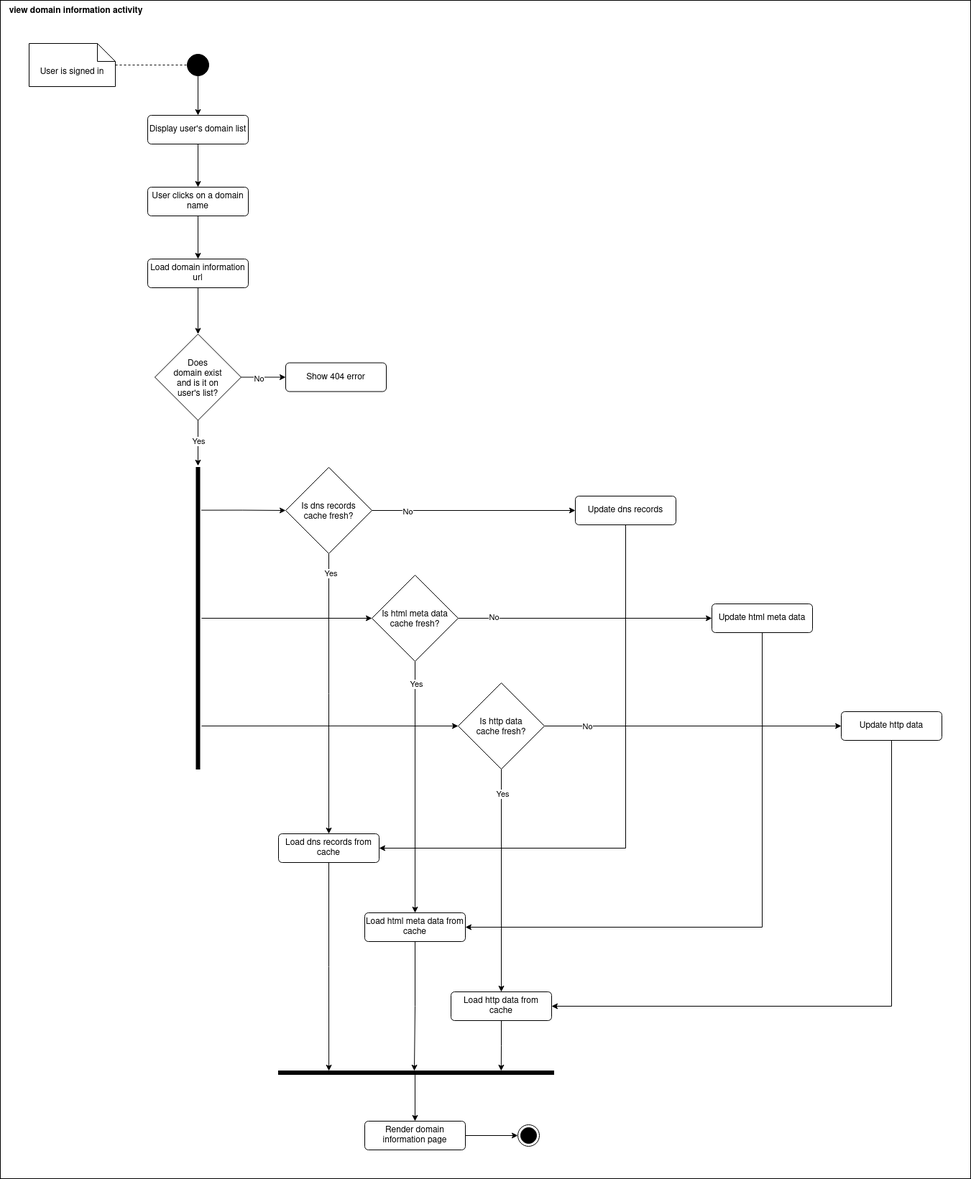
This is docs/uml/activity/dniwa-view-domain-information-activity.png from benjaminbolgrin/dniwa, a draw.io export, as it was before one commit. Source tidied: cells renumbered, new cells last; positions are measured from the earlier drawing's top-left corner, leaving out a move shared by most shapes.
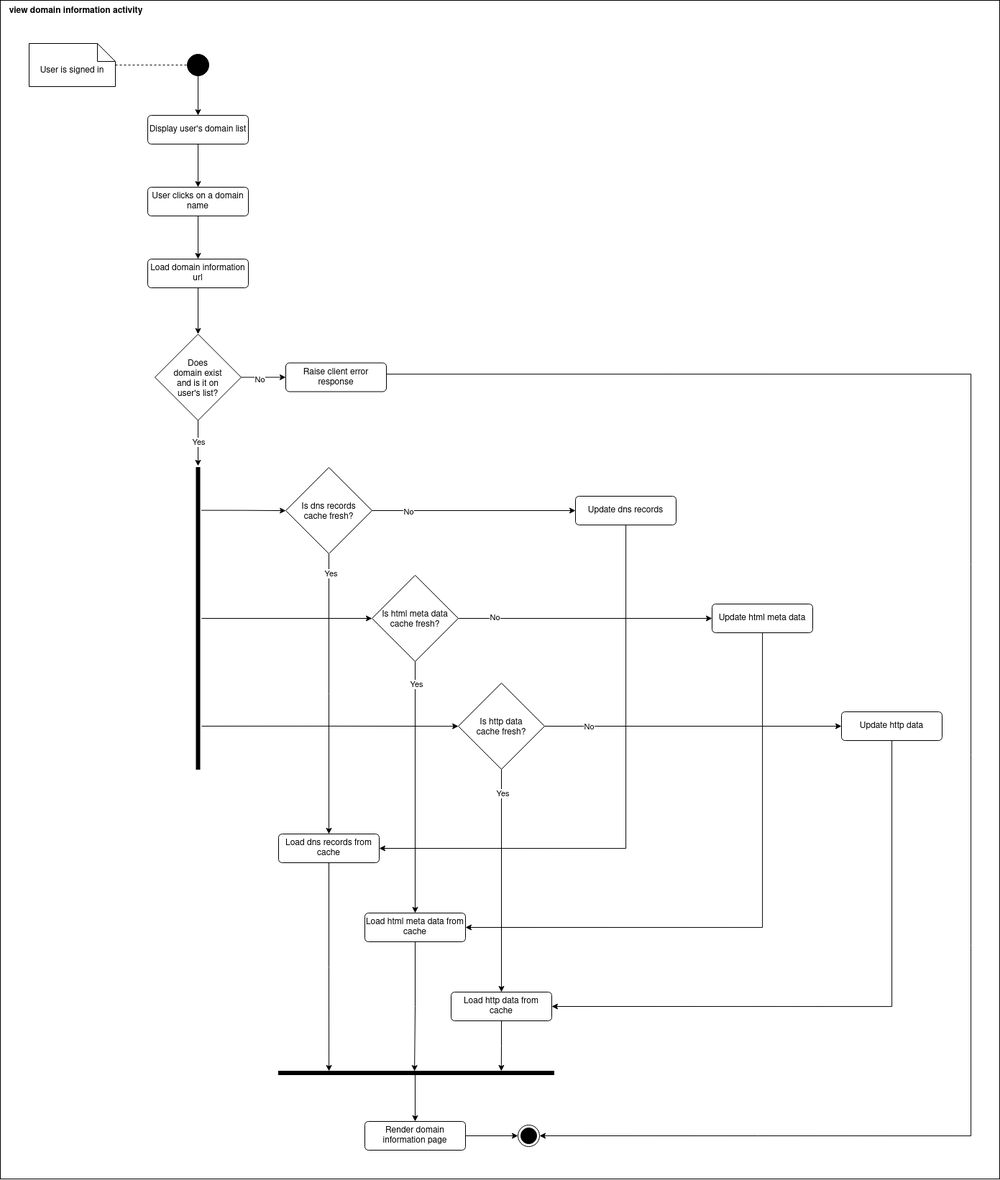
After the commit.

Commit message:
docs: update dniwa-view-domain-information-activity

Diff of the diagram source:
```diff
@@ -2,9 +2,9 @@
   <root>
     <mxCell id="0" />
     <mxCell id="1" parent="0" />
-    <mxCell id="2" style="rounded=0;whiteSpace=wrap;html=1;" parent="1" vertex="1">
-      <mxGeometry width="1350" height="1640" as="geometry" />
-    </mxCell>
+    <mxCell id="56" style="rounded=0;whiteSpace=wrap;html=1;" parent="1" vertex="1">
+      <mxGeometry width="1390" height="1640" as="geometry" />
+    </mxCell>
     <mxCell id="3" value="&lt;div&gt;view domain information activity&lt;/div&gt;" style="text;html=1;align=center;verticalAlign=middle;strokeColor=none;fillColor=none;fontStyle=1;" parent="1" vertex="1">
       <mxGeometry width="210" height="30" as="geometry" />
     </mxCell>
@@ -47,7 +47,15 @@
     <mxCell id="16" value="Does&#10;domain exist&#10;and is it on&#10;user's list?" style="rhombus;" parent="1" vertex="1">
       <mxGeometry x="215" y="464.5" width="120" height="120" as="geometry" />
     </mxCell>
+    <mxCell id="57" style="edgeStyle=orthogonalEdgeStyle;rounded=0;jettySize=auto;html=1;entryX=1;entryY=0.5;entryDx=0;entryDy=0;" parent="1" edge="1" source="17" target="55">
+      <mxGeometry relative="1" as="geometry">
+        <Array as="points">
+          <mxPoint x="1350" y="520" />
+          <mxPoint x="1350" y="1580" />
+        </Array>
+      </mxGeometry>
+    </mxCell>
-    <mxCell id="17" value="Show 404 error" style="html=1;align=center;verticalAlign=middle;rounded=1;absoluteArcSize=1;arcSize=10;dashed=0;whiteSpace=wrap;" parent="1" vertex="1">
+    <mxCell id="17" value="Raise client error response" style="html=1;align=center;verticalAlign=middle;rounded=1;absoluteArcSize=1;arcSize=10;dashed=0;whiteSpace=wrap;" parent="1" vertex="1">
       <mxGeometry x="397" y="504.5" width="140" height="40" as="geometry" />
     </mxCell>
     <mxCell id="18" value="Load dns records from cache" style="html=1;align=center;verticalAlign=middle;rounded=1;absoluteArcSize=1;arcSize=10;dashed=0;whiteSpace=wrap;" parent="1" vertex="1">
```
